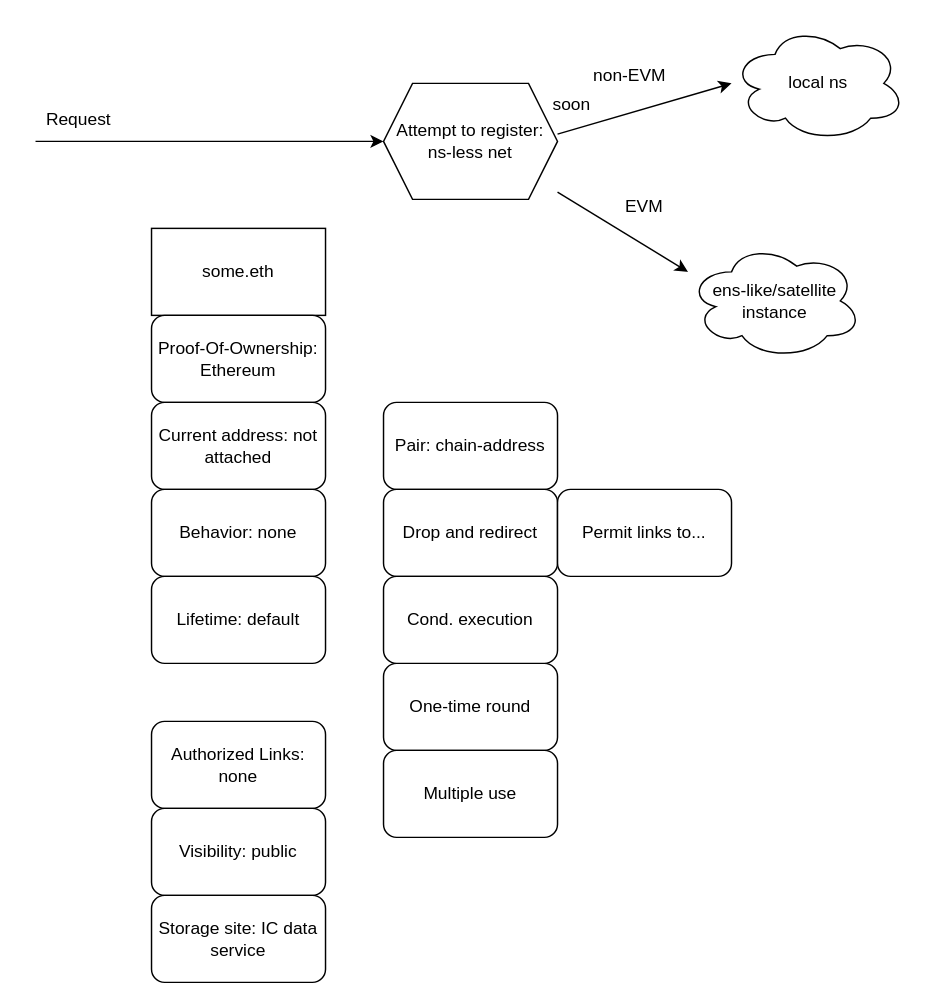
Before: diagram.drawio in bitspresso/whatever-works, a draw.io diagram. Source tidied: cells renumbered, new cells numbered last; positions are measured from the earlier drawing's top-left corner, leaving out a move shared by most shapes. Both pictures are drawn from the tidied source at 145%, with x=0, y=0 at pixel (35, 25).
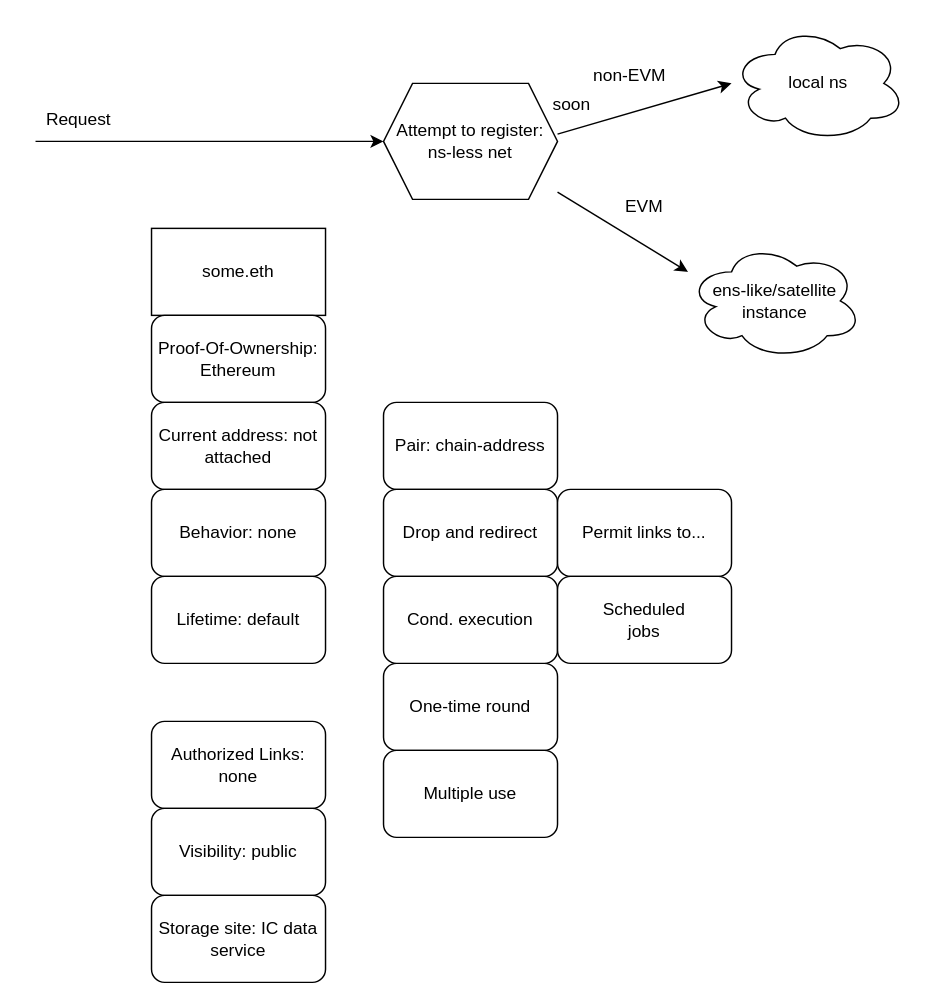
The same page after the edit.

Change to the diagram source:
```diff
@@
+    <mxCell id="26" value="Scheduled&lt;br&gt;jobs" style="rounded=1;whiteSpace=wrap;html=1;" parent="1" vertex="1">
+      <mxGeometry x="360" y="380" width="120" height="60" as="geometry" />
+    </mxCell>
```
